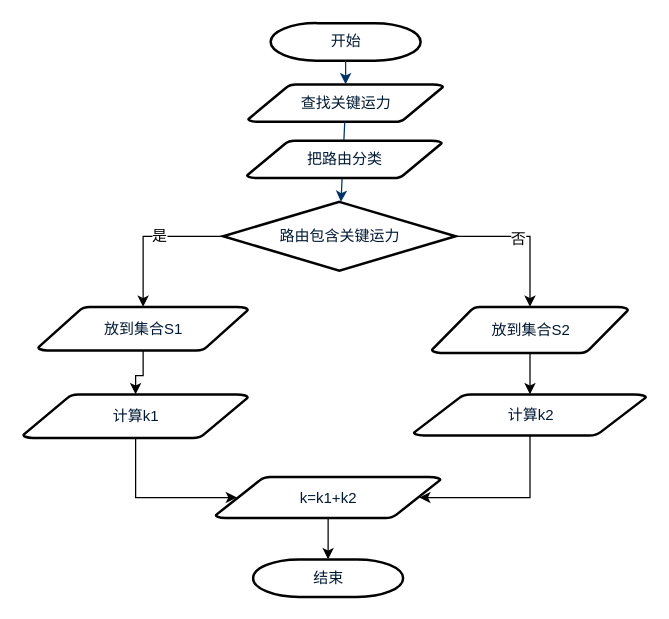
Before: 路由筛选计算M值流程.drawio in weiguang/drawio, a draw.io diagram. Source tidied: cells renumbered, new cells numbered last; positions are measured from the earlier drawing's top-left corner, leaving out a move shared by most shapes. Both pictures are drawn from the tidied source at 125%, with x=0, y=0 at pixel (22, 22).
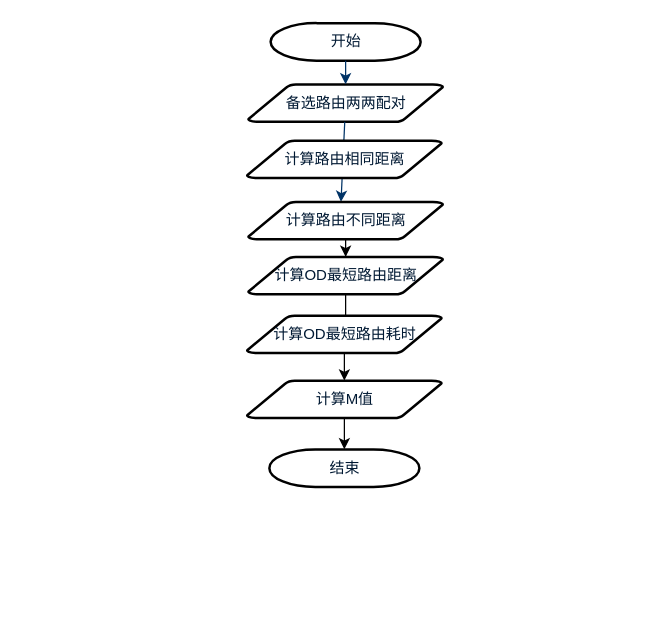
Above is the later version.

Commit message:
Update 路由筛选计算M值流程.drawio

The edit, as a diff of the source:
```diff
@@
-    <mxCell id="3" value="查找关键运力" style="shape=mxgraph.flowchart.data;fillColor=#FFFFFF;strokeColor=#000000;strokeWidth=2;gradientColor=none;gradientDirection=north;fontColor=#001933;fontStyle=0;html=1;" parent="1" vertex="1">
+    <mxCell id="3" value="备选路由两两配对" style="shape=mxgraph.flowchart.data;fillColor=#FFFFFF;strokeColor=#000000;strokeWidth=2;gradientColor=none;gradientDirection=north;fontColor=#001933;fontStyle=0;html=1;" parent="1" vertex="1">
       <mxGeometry x="180" y="49" width="156" height="30" as="geometry" />
     </mxCell>
-    <mxCell id="4" style="edgeStyle=orthogonalEdgeStyle;rounded=0;jettySize=auto;html=1;exitX=0;exitY=0.5;exitDx=0;exitDy=0;exitPerimeter=0;" parent="1" edge="1" source="8" target="13">
-      <mxGeometry relative="1" as="geometry" />
-    </mxCell>
-    <mxCell id="5" value="是" style="text;html=1;align=center;verticalAlign=middle;labelBackgroundColor=#ffffff;" parent="4" vertex="1">
-      <mxGeometry x="-0.13" relative="1" as="geometry" />
-    </mxCell>
-    <mxCell id="6" style="edgeStyle=orthogonalEdgeStyle;rounded=0;jettySize=auto;html=1;exitX=1;exitY=0.5;exitDx=0;exitDy=0;exitPerimeter=0;" parent="1" edge="1" source="8" target="16">
-      <mxGeometry relative="1" as="geometry" />
-    </mxCell>
-    <mxCell id="7" value="否" style="text;html=1;align=center;verticalAlign=middle;labelBackgroundColor=#ffffff;" parent="6" vertex="1">
-      <mxGeometry x="-0.16" y="-2" relative="1" as="geometry" />
-    </mxCell>
-    <mxCell id="8" value="路由包含关键运力" style="shape=mxgraph.flowchart.decision;fillColor=#FFFFFF;strokeColor=#000000;strokeWidth=2;gradientColor=none;gradientDirection=north;fontColor=#001933;fontStyle=0;html=1;" parent="1" vertex="1">
-      <mxGeometry x="160" y="143" width="186" height="55" as="geometry" />
-    </mxCell>
@@
-    <mxCell id="10" style="fontColor=#001933;fontStyle=1;strokeColor=#003366;strokeWidth=1;html=1;" parent="1" edge="1" source="3" target="8">
-      <mxGeometry relative="1" as="geometry" />
+    <mxCell id="10" style="fontColor=#001933;fontStyle=1;strokeColor=#003366;strokeWidth=1;html=1;" parent="1" edge="1" source="3">
+      <mxGeometry relative="1" as="geometry">
+        <mxPoint x="254.3" y="143" as="targetPoint" />
+      </mxGeometry>
     </mxCell>
     <mxCell id="11" value="结束" style="shape=mxgraph.flowchart.terminator;fillColor=#FFFFFF;strokeColor=#000000;strokeWidth=2;gradientColor=none;gradientDirection=north;fontColor=#001933;fontStyle=0;html=1;" parent="1" vertex="1">
-      <mxGeometry x="184" y="429" width="120" height="30" as="geometry" />
+      <mxGeometry x="197" y="341" width="120" height="30" as="geometry" />
     </mxCell>
-    <mxCell id="12" style="edgeStyle=orthogonalEdgeStyle;rounded=0;jettySize=auto;html=1;" parent="1" edge="1" source="13" target="18">
-      <mxGeometry relative="1" as="geometry" />
-    </mxCell>
-    <mxCell id="13" value="放到集合S1" style="shape=mxgraph.flowchart.data;fillColor=#FFFFFF;strokeColor=#000000;strokeWidth=2;gradientColor=none;gradientDirection=north;fontColor=#001933;fontStyle=0;html=1;" parent="1" vertex="1">
-      <mxGeometry x="12" y="227" width="168" height="35" as="geometry" />
-    </mxCell>
-    <mxCell id="14" value="把路由分类" style="shape=mxgraph.flowchart.data;fillColor=#FFFFFF;strokeColor=#000000;strokeWidth=2;gradientColor=none;gradientDirection=north;fontColor=#001933;fontStyle=0;html=1;" parent="1" vertex="1">
+    <mxCell id="14" value="计算路由相同距离" style="shape=mxgraph.flowchart.data;fillColor=#FFFFFF;strokeColor=#000000;strokeWidth=2;gradientColor=none;gradientDirection=north;fontColor=#001933;fontStyle=0;html=1;" parent="1" vertex="1">
       <mxGeometry x="179" y="94" width="156" height="30" as="geometry" />
     </mxCell>
-    <mxCell id="15" style="edgeStyle=orthogonalEdgeStyle;rounded=0;jettySize=auto;html=1;" parent="1" edge="1" source="16" target="20">
-      <mxGeometry relative="1" as="geometry" />
-    </mxCell>
-    <mxCell id="16" value="放到集合S2" style="shape=mxgraph.flowchart.data;fillColor=#FFFFFF;strokeColor=#000000;strokeWidth=2;gradientColor=none;gradientDirection=north;fontColor=#001933;fontStyle=0;html=1;" parent="1" vertex="1">
-      <mxGeometry x="327" y="227" width="157" height="37" as="geometry" />
-    </mxCell>
-    <mxCell id="17" style="edgeStyle=orthogonalEdgeStyle;rounded=0;jettySize=auto;html=1;entryX=0.095;entryY=0.5;entryDx=0;entryDy=0;entryPerimeter=0;" parent="1" edge="1" source="18" target="22">
-      <mxGeometry relative="1" as="geometry">
-        <Array as="points">
-          <mxPoint x="90" y="380" />
-        </Array>
-      </mxGeometry>
-    </mxCell>
-    <mxCell id="18" value="计算k1" style="shape=mxgraph.flowchart.data;fillColor=#FFFFFF;strokeColor=#000000;strokeWidth=2;gradientColor=none;gradientDirection=north;fontColor=#001933;fontStyle=0;html=1;" parent="1" vertex="1">
-      <mxGeometry y="297" width="180" height="35" as="geometry" />
-    </mxCell>
-    <mxCell id="19" style="edgeStyle=orthogonalEdgeStyle;rounded=0;jettySize=auto;html=1;entryX=0.905;entryY=0.5;entryDx=0;entryDy=0;entryPerimeter=0;" parent="1" edge="1" source="20" target="22">
-      <mxGeometry relative="1" as="geometry">
-        <Array as="points">
-          <mxPoint x="406" y="380" />
-        </Array>
-      </mxGeometry>
-    </mxCell>
-    <mxCell id="20" value="计算k2" style="shape=mxgraph.flowchart.data;fillColor=#FFFFFF;strokeColor=#000000;strokeWidth=2;gradientColor=none;gradientDirection=north;fontColor=#001933;fontStyle=0;html=1;" parent="1" vertex="1">
-      <mxGeometry x="312.5" y="297" width="186" height="33" as="geometry" />
-    </mxCell>
-    <mxCell id="21" style="edgeStyle=orthogonalEdgeStyle;rounded=0;jettySize=auto;html=1;" parent="1" edge="1" source="22" target="11">
-      <mxGeometry relative="1" as="geometry" />
-    </mxCell>
-    <mxCell id="22" value="k=k1+k2" style="shape=mxgraph.flowchart.data;fillColor=#FFFFFF;strokeColor=#000000;strokeWidth=2;gradientColor=none;gradientDirection=north;fontColor=#001933;fontStyle=0;html=1;" parent="1" vertex="1">
-      <mxGeometry x="154" y="363" width="180" height="33" as="geometry" />
-    </mxCell>
+    <mxCell id="23" style="edgeStyle=orthogonalEdgeStyle;rounded=0;jettySize=auto;html=1;entryX=0.5;entryY=0;entryDx=0;entryDy=0;entryPerimeter=0;" parent="1" edge="1" source="24" target="26">
+      <mxGeometry relative="1" as="geometry" />
+    </mxCell>
+    <mxCell id="24" value="计算路由不同距离" style="shape=mxgraph.flowchart.data;fillColor=#FFFFFF;strokeColor=#000000;strokeWidth=2;gradientColor=none;gradientDirection=north;fontColor=#001933;fontStyle=0;html=1;" parent="1" vertex="1">
+      <mxGeometry x="180" y="143" width="156" height="30" as="geometry" />
+    </mxCell>
+    <mxCell id="25" style="edgeStyle=orthogonalEdgeStyle;rounded=0;jettySize=auto;html=1;" parent="1" edge="1" source="26" target="28">
+      <mxGeometry relative="1" as="geometry" />
+    </mxCell>
+    <mxCell id="26" value="计算OD最短路由距离" style="shape=mxgraph.flowchart.data;fillColor=#FFFFFF;strokeColor=#000000;strokeWidth=2;gradientColor=none;gradientDirection=north;fontColor=#001933;fontStyle=0;html=1;" parent="1" vertex="1">
+      <mxGeometry x="180" y="187" width="156" height="30" as="geometry" />
+    </mxCell>
+    <mxCell id="27" style="edgeStyle=orthogonalEdgeStyle;rounded=0;jettySize=auto;html=1;" parent="1" edge="1" source="28" target="30">
+      <mxGeometry relative="1" as="geometry" />
+    </mxCell>
+    <mxCell id="28" value="计算OD最短路由耗时" style="shape=mxgraph.flowchart.data;fillColor=#FFFFFF;strokeColor=#000000;strokeWidth=2;gradientColor=none;gradientDirection=north;fontColor=#001933;fontStyle=0;html=1;" parent="1" vertex="1">
+      <mxGeometry x="179" y="234" width="156" height="30" as="geometry" />
+    </mxCell>
+    <mxCell id="29" style="edgeStyle=orthogonalEdgeStyle;rounded=0;jettySize=auto;html=1;" parent="1" edge="1" source="30" target="11">
+      <mxGeometry relative="1" as="geometry" />
+    </mxCell>
+    <mxCell id="30" value="计算M值" style="shape=mxgraph.flowchart.data;fillColor=#FFFFFF;strokeColor=#000000;strokeWidth=2;gradientColor=none;gradientDirection=north;fontColor=#001933;fontStyle=0;html=1;" parent="1" vertex="1">
+      <mxGeometry x="179" y="286" width="156" height="30" as="geometry" />
+    </mxCell>
```
